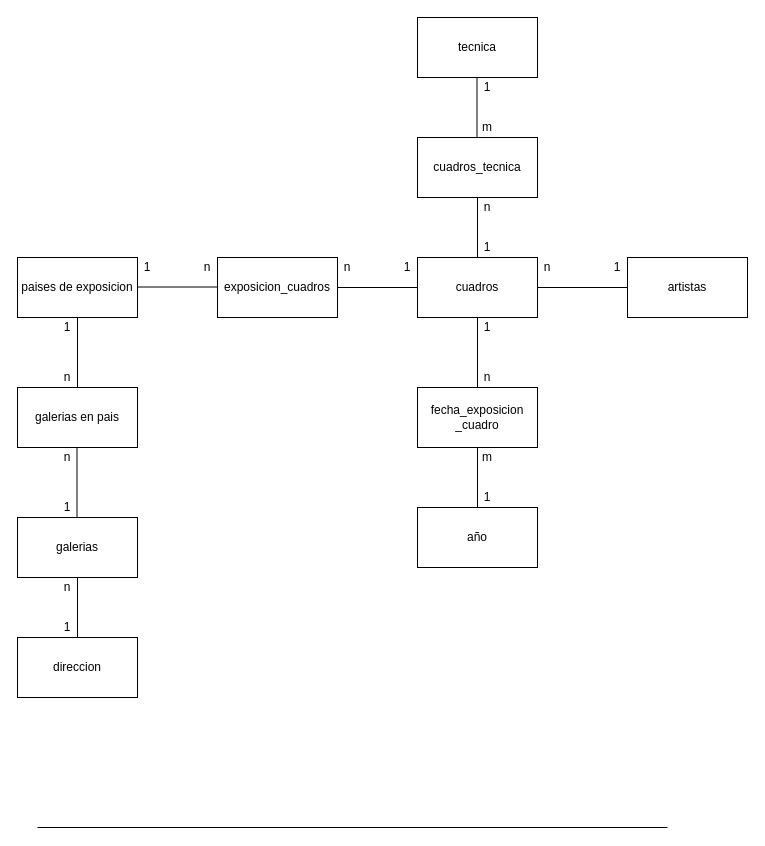
Above: diagramas/Cuadros.drawio in carpenaloza/basic_repo (draw.io), before the change. Source tidied: cells renumbered, new cells numbered last; positions are measured from the earlier drawing's top-left corner, leaving out a move shared by most shapes. Both pictures are drawn from the tidied source at 100%, with x=0, y=0 at pixel (17, 17).
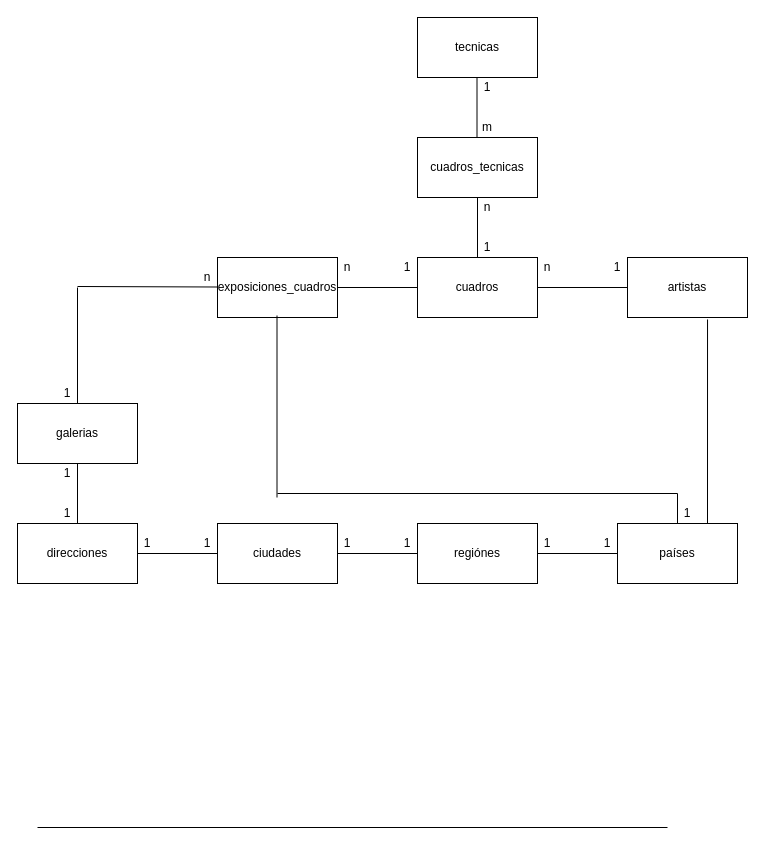
The same diagram, later.

The change refers to these unchanged cells:
```xml
<mxCell id="2" value="cuadros" style="rounded=0;whiteSpace=wrap;html=1;" parent="1" vertex="1">
  <mxGeometry x="400" y="240" width="120" height="60" as="geometry" />
</mxCell>
<mxCell id="3" value="artistas" style="rounded=0;whiteSpace=wrap;html=1;" parent="1" vertex="1">
  <mxGeometry x="610" y="240" width="120" height="60" as="geometry" />
</mxCell>
```

Diff of the diagram source:
```diff
@@
-    <mxCell id="7" value="año" style="rounded=0;whiteSpace=wrap;html=1;" parent="1" vertex="1">
-      <mxGeometry x="400" y="490" width="120" height="60" as="geometry" />
-    </mxCell>
-    <mxCell id="8" style="endArrow=none;html=1;entryX=0.5;entryY=1;entryDx=0;entryDy=0;exitX=0.5;exitY=0;exitDx=0;exitDy=0;" parent="1" edge="1" source="11" target="2">
-      <mxGeometry relative="1" as="geometry" />
-    </mxCell>
-    <mxCell id="9" value="n" style="text;html=1;strokeColor=none;fillColor=none;align=center;verticalAlign=middle;whiteSpace=wrap;rounded=0;" parent="1" vertex="1">
-      <mxGeometry x="450" y="350" width="40" height="20" as="geometry" />
-    </mxCell>
-    <mxCell id="10" value="m" style="text;html=1;strokeColor=none;fillColor=none;align=center;verticalAlign=middle;whiteSpace=wrap;rounded=0;" parent="1" vertex="1">
-      <mxGeometry x="450" y="430" width="40" height="20" as="geometry" />
-    </mxCell>
-    <mxCell id="11" value="&lt;div&gt;fecha_exposicion&lt;/div&gt;&lt;div&gt;_cuadro&lt;/div&gt;" style="rounded=0;whiteSpace=wrap;html=1;" parent="1" vertex="1">
-      <mxGeometry x="400" y="370" width="120" height="60" as="geometry" />
-    </mxCell>
-    <mxCell id="12" style="endArrow=none;html=1;entryX=0.5;entryY=0;entryDx=0;entryDy=0;exitX=0.5;exitY=1;exitDx=0;exitDy=0;" parent="1" edge="1" source="11" target="7">
-      <mxGeometry relative="1" as="geometry" />
-    </mxCell>
-    <mxCell id="13" value="1" style="text;html=1;strokeColor=none;fillColor=none;align=center;verticalAlign=middle;whiteSpace=wrap;rounded=0;" parent="1" vertex="1">
-      <mxGeometry x="450" y="470" width="40" height="20" as="geometry" />
-    </mxCell>
-    <mxCell id="14" value="1" style="text;html=1;strokeColor=none;fillColor=none;align=center;verticalAlign=middle;whiteSpace=wrap;rounded=0;" parent="1" vertex="1">
-      <mxGeometry x="450" y="300" width="40" height="20" as="geometry" />
-    </mxCell>
-    <mxCell id="15" value="tecnica" style="rounded=0;whiteSpace=wrap;html=1;" parent="1" vertex="1">
+    <mxCell id="15" value="tecnicas" style="rounded=0;whiteSpace=wrap;html=1;" parent="1" vertex="1">
       <mxGeometry x="400" width="120" height="60" as="geometry" />
     </mxCell>
@@
-    <mxCell id="18" value="cuadros_tecnica" style="rounded=0;whiteSpace=wrap;html=1;" parent="1" vertex="1">
+    <mxCell id="18" value="cuadros_tecnicas" style="rounded=0;whiteSpace=wrap;html=1;" parent="1" vertex="1">
       <mxGeometry x="400" y="120" width="120" height="60" as="geometry" />
     </mxCell>
@@
-    <mxCell id="23" value="paises de exposicion" style="rounded=0;whiteSpace=wrap;html=1;" parent="1" vertex="1">
-      <mxGeometry y="240" width="120" height="60" as="geometry" />
-    </mxCell>
     <mxCell id="24" value="galerias" style="rounded=0;whiteSpace=wrap;html=1;" parent="1" vertex="1">
-      <mxGeometry y="500" width="120" height="60" as="geometry" />
+      <mxGeometry y="386" width="120" height="60" as="geometry" />
     </mxCell>
-    <mxCell id="25" value="direccion" style="rounded=0;whiteSpace=wrap;html=1;" parent="1" vertex="1">
-      <mxGeometry y="620" width="120" height="60" as="geometry" />
+    <mxCell id="25" value="direcciones" style="rounded=0;whiteSpace=wrap;html=1;" parent="1" vertex="1">
+      <mxGeometry y="506" width="120" height="60" as="geometry" />
     </mxCell>
-    <mxCell id="26" value="exposicion_cuadros" style="rounded=0;whiteSpace=wrap;html=1;" parent="1" vertex="1">
+    <mxCell id="26" value="exposiciones_cuadros" style="rounded=0;whiteSpace=wrap;html=1;" parent="1" vertex="1">
       <mxGeometry x="200" y="240" width="120" height="60" as="geometry" />
     </mxCell>
-    <mxCell id="27" value="n" style="text;html=1;strokeColor=none;fillColor=none;align=center;verticalAlign=middle;whiteSpace=wrap;rounded=0;" parent="1" vertex="1">
-      <mxGeometry x="170" y="240" width="40" height="20" as="geometry" />
-    </mxCell>
@@
-    <mxCell id="30" style="endArrow=none;html=1;entryX=0;entryY=0.5;entryDx=0;entryDy=0;exitX=1;exitY=0.5;exitDx=0;exitDy=0;" parent="1" edge="1">
-      <mxGeometry relative="1" as="geometry">
-        <mxPoint x="120" y="269.5" as="sourcePoint" />
-        <mxPoint x="200" y="269.5" as="targetPoint" />
-      </mxGeometry>
-    </mxCell>
@@
-    <mxCell id="32" value="1" style="text;html=1;strokeColor=none;fillColor=none;align=center;verticalAlign=middle;whiteSpace=wrap;rounded=0;" parent="1" vertex="1">
-      <mxGeometry x="110" y="240" width="40" height="20" as="geometry" />
-    </mxCell>
-    <mxCell id="33" value="galerias en pais" style="rounded=0;whiteSpace=wrap;html=1;" parent="1" vertex="1">
-      <mxGeometry y="370" width="120" height="60" as="geometry" />
-    </mxCell>
-    <mxCell id="34" style="endArrow=none;html=1;entryX=0.5;entryY=1;entryDx=0;entryDy=0;" parent="1" edge="1" source="33" target="23">
-      <mxGeometry relative="1" as="geometry" />
-    </mxCell>
-    <mxCell id="35" style="endArrow=none;html=1;entryX=0.5;entryY=1;entryDx=0;entryDy=0;" parent="1" edge="1">
+    <mxCell id="35" style="endArrow=none;html=1;exitX=0.75;exitY=1;exitDx=0;exitDy=0;" parent="1" edge="1" source="39">
       <mxGeometry relative="1" as="geometry">
-        <mxPoint x="59.5" y="500" as="sourcePoint" />
-        <mxPoint x="59.5" y="430" as="targetPoint" />
+        <mxPoint x="60" y="270" as="targetPoint" />
       </mxGeometry>
     </mxCell>
-    <mxCell id="36" value="1" style="text;html=1;strokeColor=none;fillColor=none;align=center;verticalAlign=middle;whiteSpace=wrap;rounded=0;" parent="1" vertex="1">
-      <mxGeometry x="30" y="300" width="40" height="20" as="geometry" />
-    </mxCell>
     <mxCell id="37" value="n" style="text;html=1;strokeColor=none;fillColor=none;align=center;verticalAlign=middle;whiteSpace=wrap;rounded=0;" parent="1" vertex="1">
-      <mxGeometry x="30" y="350" width="40" height="20" as="geometry" />
+      <mxGeometry x="170" y="250" width="40" height="20" as="geometry" />
     </mxCell>
-    <mxCell id="38" value="n" style="text;html=1;strokeColor=none;fillColor=none;align=center;verticalAlign=middle;whiteSpace=wrap;rounded=0;" parent="1" vertex="1">
-      <mxGeometry x="30" y="430" width="40" height="20" as="geometry" />
-    </mxCell>
     <mxCell id="39" value="1" style="text;html=1;strokeColor=none;fillColor=none;align=center;verticalAlign=middle;whiteSpace=wrap;rounded=0;" parent="1" vertex="1">
-      <mxGeometry x="30" y="480" width="40" height="20" as="geometry" />
+      <mxGeometry x="30" y="366" width="40" height="20" as="geometry" />
     </mxCell>
     <mxCell id="40" style="endArrow=none;html=1;exitX=0.5;exitY=0;exitDx=0;exitDy=0;" parent="1" edge="1" source="25">
       <mxGeometry relative="1" as="geometry">
-        <mxPoint x="60" y="560" as="targetPoint" />
+        <mxPoint x="60" y="446" as="targetPoint" />
       </mxGeometry>
     </mxCell>
     <mxCell id="41" value="1" style="text;html=1;strokeColor=none;fillColor=none;align=center;verticalAlign=middle;whiteSpace=wrap;rounded=0;" parent="1" vertex="1">
-      <mxGeometry x="30" y="600" width="40" height="20" as="geometry" />
+      <mxGeometry x="30" y="486" width="40" height="20" as="geometry" />
     </mxCell>
-    <mxCell id="42" value="n" style="text;html=1;strokeColor=none;fillColor=none;align=center;verticalAlign=middle;whiteSpace=wrap;rounded=0;" parent="1" vertex="1">
-      <mxGeometry x="30" y="560" width="40" height="20" as="geometry" />
+    <mxCell id="42" value="1" style="text;html=1;strokeColor=none;fillColor=none;align=center;verticalAlign=middle;whiteSpace=wrap;rounded=0;" parent="1" vertex="1">
+      <mxGeometry x="30" y="446" width="40" height="20" as="geometry" />
     </mxCell>
@@
+    <mxCell id="44" value="países" style="rounded=0;whiteSpace=wrap;html=1;" parent="1" vertex="1">
+      <mxGeometry x="600" y="506" width="120" height="60" as="geometry" />
+    </mxCell>
+    <mxCell id="45" value="ciudades" style="rounded=0;whiteSpace=wrap;html=1;" parent="1" vertex="1">
+      <mxGeometry x="200" y="506" width="120" height="60" as="geometry" />
+    </mxCell>
+    <mxCell id="46" value="regiónes" style="rounded=0;whiteSpace=wrap;html=1;" parent="1" vertex="1">
+      <mxGeometry x="400" y="506" width="120" height="60" as="geometry" />
+    </mxCell>
+    <mxCell id="47" style="endArrow=none;html=1;entryX=0;entryY=0.5;entryDx=0;entryDy=0;exitX=1;exitY=0.5;exitDx=0;exitDy=0;" parent="1" edge="1" source="46" target="44">
+      <mxGeometry relative="1" as="geometry" />
+    </mxCell>
+    <mxCell id="48" style="endArrow=none;html=1;entryX=0;entryY=0.5;entryDx=0;entryDy=0;exitX=1;exitY=0.5;exitDx=0;exitDy=0;" parent="1" edge="1" source="25" target="45">
+      <mxGeometry relative="1" as="geometry" />
+    </mxCell>
+    <mxCell id="49" style="endArrow=none;html=1;entryX=0;entryY=0.5;entryDx=0;entryDy=0;exitX=1;exitY=0.5;exitDx=0;exitDy=0;" parent="1" edge="1" source="45" target="46">
+      <mxGeometry relative="1" as="geometry" />
+    </mxCell>
+    <mxCell id="50" style="endArrow=none;html=1;entryX=0.5;entryY=1;entryDx=0;entryDy=0;" parent="1" edge="1">
+      <mxGeometry relative="1" as="geometry">
+        <mxPoint x="259.5" y="480" as="sourcePoint" />
+        <mxPoint x="259.5" y="298" as="targetPoint" />
+      </mxGeometry>
+    </mxCell>
+    <mxCell id="51" style="endArrow=none;html=1;" parent="1" edge="1">
+      <mxGeometry relative="1" as="geometry">
+        <mxPoint x="660" y="476" as="sourcePoint" />
+        <mxPoint x="260" y="476" as="targetPoint" />
+      </mxGeometry>
+    </mxCell>
+    <mxCell id="52" style="endArrow=none;html=1;exitX=0.5;exitY=0;exitDx=0;exitDy=0;" parent="1" edge="1" source="44">
+      <mxGeometry relative="1" as="geometry">
+        <mxPoint x="660" y="476" as="targetPoint" />
+      </mxGeometry>
+    </mxCell>
+    <mxCell id="53" style="endArrow=none;html=1;entryX=0;entryY=0.5;entryDx=0;entryDy=0;" parent="1" edge="1">
+      <mxGeometry relative="1" as="geometry">
+        <mxPoint x="60" y="269" as="sourcePoint" />
+        <mxPoint x="200" y="269.5" as="targetPoint" />
+      </mxGeometry>
+    </mxCell>
+    <mxCell id="54" value="1" style="text;html=1;strokeColor=none;fillColor=none;align=center;verticalAlign=middle;whiteSpace=wrap;rounded=0;" parent="1" vertex="1">
+      <mxGeometry x="110" y="516" width="40" height="20" as="geometry" />
+    </mxCell>
+    <mxCell id="55" value="1" style="text;html=1;strokeColor=none;fillColor=none;align=center;verticalAlign=middle;whiteSpace=wrap;rounded=0;" parent="1" vertex="1">
+      <mxGeometry x="170" y="516" width="40" height="20" as="geometry" />
+    </mxCell>
+    <mxCell id="56" value="1" style="text;html=1;strokeColor=none;fillColor=none;align=center;verticalAlign=middle;whiteSpace=wrap;rounded=0;" parent="1" vertex="1">
+      <mxGeometry x="310" y="516" width="40" height="20" as="geometry" />
+    </mxCell>
+    <mxCell id="57" value="1" style="text;html=1;strokeColor=none;fillColor=none;align=center;verticalAlign=middle;whiteSpace=wrap;rounded=0;" parent="1" vertex="1">
+      <mxGeometry x="370" y="516" width="40" height="20" as="geometry" />
+    </mxCell>
+    <mxCell id="58" value="1" style="text;html=1;strokeColor=none;fillColor=none;align=center;verticalAlign=middle;whiteSpace=wrap;rounded=0;" parent="1" vertex="1">
+      <mxGeometry x="510" y="516" width="40" height="20" as="geometry" />
+    </mxCell>
+    <mxCell id="59" value="1" style="text;html=1;strokeColor=none;fillColor=none;align=center;verticalAlign=middle;whiteSpace=wrap;rounded=0;" parent="1" vertex="1">
+      <mxGeometry x="570" y="516" width="40" height="20" as="geometry" />
+    </mxCell>
+    <mxCell id="60" value="1" style="text;html=1;strokeColor=none;fillColor=none;align=center;verticalAlign=middle;whiteSpace=wrap;rounded=0;" parent="1" vertex="1">
+      <mxGeometry x="650" y="486" width="40" height="20" as="geometry" />
+    </mxCell>
+    <mxCell id="61" style="endArrow=none;html=1;entryX=0.667;entryY=1.033;entryDx=0;entryDy=0;exitX=1;exitY=1;exitDx=0;exitDy=0;entryPerimeter=0;" parent="1" edge="1" source="60" target="3">
+      <mxGeometry relative="1" as="geometry" />
+    </mxCell>
```
